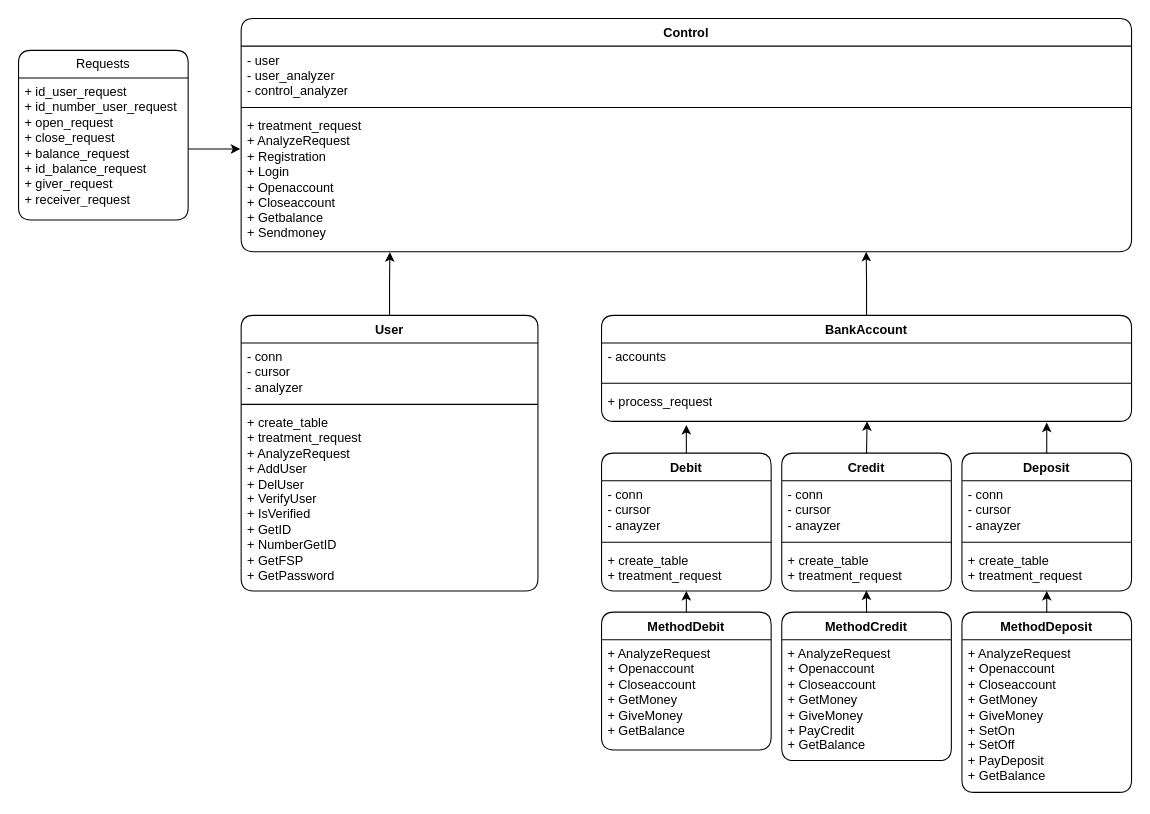
Quirence/QiwiBank keeps this draw.io diagram as UML.drawio. Above is the earlier version. Source tidied: cells renumbered, new cells numbered last; positions are measured from the earlier drawing's top-left corner, leaving out a move shared by most shapes. Both pictures are drawn from the tidied source at 106%, with x=0, y=0 at pixel (18, 18).
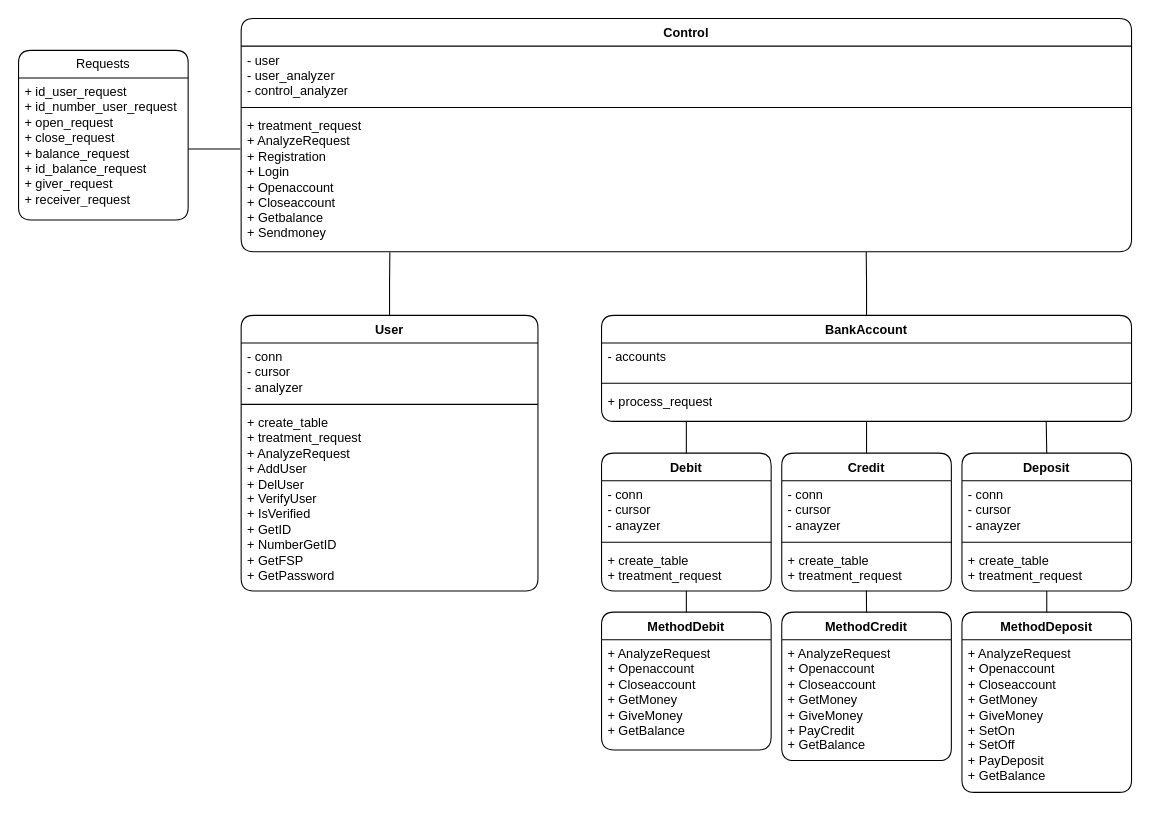
Above is the later version.

Commit message:
Векторы заменены на отрезки

Unchanged cells that the change refers to:
```xml
<mxCell id="5" value="&lt;div&gt;+ treatment_request&lt;br&gt;+ AnalyzeRequest&lt;br&gt;+ Registration&lt;/div&gt;&lt;div&gt;+ Login&lt;/div&gt;&lt;div&gt;+ Openaccount&lt;br&gt;+ Closeaccount&lt;/div&gt;&lt;div&gt;+ Getbalance&lt;/div&gt;&lt;div&gt;+ Sendmoney&lt;/div&gt;" style="text;strokeColor=none;fillColor=none;align=left;verticalAlign=top;spacingLeft=4;spacingRight=4;overflow=hidden;points=[[0,0.5],[1,0.5]];portConstraint=eastwest;whiteSpace=wrap;html=1;" parent="2" vertex="1">
  <mxGeometry y="88" width="840" height="132" as="geometry" />
</mxCell>
<mxCell id="6" value="User" style="swimlane;fontStyle=1;align=center;verticalAlign=top;horizontal=1;startSize=26;whiteSpace=wrap;html=1;rounded=1;" parent="1" vertex="1">
  <mxGeometry x="210" y="280" width="280" height="260" as="geometry" />
</mxCell>
<mxCell id="11" value="+ id_user_request&lt;div&gt;+ id_number_user_request&lt;/div&gt;&lt;div&gt;+ open_request&lt;/div&gt;&lt;div&gt;+ close_request&lt;br&gt;+ balance_request&lt;br&gt;+ id_balance_request&lt;/div&gt;&lt;div&gt;+ giver_request&lt;br&gt;+ receiver_request&lt;/div&gt;" style="text;strokeColor=none;fillColor=none;align=left;verticalAlign=top;spacingLeft=4;spacingRight=4;overflow=hidden;points=[[0,0.5],[1,0.5]];portConstraint=eastwest;whiteSpace=wrap;html=1;" parent="10" vertex="1">
  <mxGeometry y="26" width="160" height="134" as="geometry" />
</mxCell>
<mxCell id="12" value="BankAccount" style="swimlane;fontStyle=1;align=center;verticalAlign=top;horizontal=1;startSize=26;whiteSpace=wrap;html=1;rounded=1;" parent="1" vertex="1">
  <mxGeometry x="550" y="280" width="500" height="100" as="geometry" />
</mxCell>
<mxCell id="15" value="+ process_request" style="text;strokeColor=none;fillColor=none;align=left;verticalAlign=top;spacingLeft=4;spacingRight=4;overflow=hidden;points=[[0,0.5],[1,0.5]];portConstraint=eastwest;whiteSpace=wrap;html=1;" parent="12" vertex="1">
  <mxGeometry y="68" width="500" height="32" as="geometry" />
</mxCell>
<mxCell id="16" value="Debit" style="swimlane;fontStyle=1;align=center;verticalAlign=top;horizontal=1;startSize=26;whiteSpace=wrap;html=1;rounded=1;" parent="1" vertex="1">
  <mxGeometry x="550" y="410" width="160" height="130" as="geometry" />
</mxCell>
<mxCell id="20" value="Credit" style="swimlane;fontStyle=1;align=center;verticalAlign=top;horizontal=1;startSize=26;whiteSpace=wrap;html=1;rounded=1;" parent="1" vertex="1">
  <mxGeometry x="720" y="410" width="160" height="130" as="geometry" />
</mxCell>
<mxCell id="23" value="+ create_table&lt;div&gt;+ treatment_request&lt;/div&gt;" style="text;strokeColor=none;fillColor=none;align=left;verticalAlign=top;spacingLeft=4;spacingRight=4;overflow=hidden;points=[[0,0.5],[1,0.5]];portConstraint=eastwest;whiteSpace=wrap;html=1;" parent="20" vertex="1">
  <mxGeometry y="88" width="160" height="42" as="geometry" />
</mxCell>
<mxCell id="24" value="Deposit" style="swimlane;fontStyle=1;align=center;verticalAlign=top;horizontal=1;startSize=26;whiteSpace=wrap;html=1;rounded=1;" parent="1" vertex="1">
  <mxGeometry x="890" y="410" width="160" height="130" as="geometry" />
</mxCell>
<mxCell id="29" value="MethodDebit" style="swimlane;fontStyle=1;align=center;verticalAlign=top;horizontal=1;startSize=26;whiteSpace=wrap;html=1;rounded=1;" parent="1" vertex="1">
  <mxGeometry x="550" y="560" width="160" height="130" as="geometry" />
</mxCell>
<mxCell id="31" value="MethodCredit" style="swimlane;fontStyle=1;align=center;verticalAlign=top;horizontal=1;startSize=26;whiteSpace=wrap;html=1;rounded=1;" parent="1" vertex="1">
  <mxGeometry x="720" y="560" width="160" height="140" as="geometry" />
</mxCell>
<mxCell id="34" value="MethodDeposit" style="swimlane;fontStyle=1;align=center;verticalAlign=top;horizontal=1;startSize=26;whiteSpace=wrap;html=1;rounded=1;" parent="1" vertex="1">
  <mxGeometry x="890" y="560" width="160" height="170" as="geometry" />
</mxCell>
```

The edit, as a diff of the source:
```diff
@@
-    <mxCell id="28" style="edgeStyle=orthogonalEdgeStyle;rounded=0;jettySize=auto;html=1;exitX=0.5;exitY=0;exitDx=0;exitDy=0;entryX=0.5;entryY=1;entryDx=0;entryDy=0;" parent="1" edge="1" source="29" target="16">
+    <mxCell id="28" style="edgeStyle=orthogonalEdgeStyle;rounded=0;jettySize=auto;html=1;exitX=0.5;exitY=0;exitDx=0;exitDy=0;entryX=0.5;entryY=1;entryDx=0;entryDy=0;endArrow=none;endFill=0;" parent="1" edge="1" source="29" target="16">
       <mxGeometry relative="1" as="geometry" />
     </mxCell>
@@
-    <mxCell id="33" style="edgeStyle=orthogonalEdgeStyle;rounded=0;jettySize=auto;html=1;exitX=0.5;exitY=0;exitDx=0;exitDy=0;entryX=0.5;entryY=1;entryDx=0;entryDy=0;" parent="1" edge="1" source="34" target="24">
+    <mxCell id="33" style="edgeStyle=orthogonalEdgeStyle;rounded=0;jettySize=auto;html=1;exitX=0.5;exitY=0;exitDx=0;exitDy=0;entryX=0.5;entryY=1;entryDx=0;entryDy=0;endArrow=none;endFill=0;" parent="1" edge="1" source="34" target="24">
       <mxGeometry relative="1" as="geometry" />
     </mxCell>
@@
-    <mxCell id="36" style="edgeStyle=orthogonalEdgeStyle;rounded=0;jettySize=auto;html=1;exitX=0.5;exitY=0;exitDx=0;exitDy=0;entryX=0.499;entryY=0.99;entryDx=0;entryDy=0;entryPerimeter=0;" parent="1" edge="1" source="31" target="23">
+    <mxCell id="36" style="edgeStyle=orthogonalEdgeStyle;rounded=0;jettySize=auto;html=1;exitX=0.5;exitY=0;exitDx=0;exitDy=0;entryX=0.499;entryY=0.99;entryDx=0;entryDy=0;entryPerimeter=0;endArrow=none;endFill=0;" parent="1" edge="1" source="31" target="23">
       <mxGeometry relative="1" as="geometry" />
     </mxCell>
-    <mxCell id="37" style="edgeStyle=orthogonalEdgeStyle;rounded=0;jettySize=auto;html=1;exitX=0.5;exitY=0;exitDx=0;exitDy=0;entryX=0.501;entryY=0.998;entryDx=0;entryDy=0;entryPerimeter=0;" parent="1" edge="1" source="20" target="15">
-      <mxGeometry relative="1" as="geometry" />
-    </mxCell>
-    <mxCell id="38" style="edgeStyle=orthogonalEdgeStyle;rounded=0;jettySize=auto;html=1;exitX=0.5;exitY=0;exitDx=0;exitDy=0;entryX=0.84;entryY=1.037;entryDx=0;entryDy=0;entryPerimeter=0;" parent="1" edge="1" source="24" target="15">
-      <mxGeometry relative="1" as="geometry" />
-    </mxCell>
-    <mxCell id="39" style="edgeStyle=orthogonalEdgeStyle;rounded=0;jettySize=auto;html=1;exitX=0.5;exitY=0;exitDx=0;exitDy=0;entryX=0.16;entryY=1.108;entryDx=0;entryDy=0;entryPerimeter=0;" parent="1" edge="1" source="16" target="15">
-      <mxGeometry relative="1" as="geometry">
-        <Array as="points">
-          <mxPoint x="630" y="383" />
-          <mxPoint x="630" y="383" />
-        </Array>
-      </mxGeometry>
-    </mxCell>
-    <mxCell id="40" style="edgeStyle=orthogonalEdgeStyle;rounded=0;jettySize=auto;html=1;exitX=0.5;exitY=0;exitDx=0;exitDy=0;entryX=0.167;entryY=1.003;entryDx=0;entryDy=0;entryPerimeter=0;" parent="1" edge="1" source="6" target="5">
+    <mxCell id="40" style="edgeStyle=orthogonalEdgeStyle;rounded=0;jettySize=auto;html=1;exitX=0.5;exitY=0;exitDx=0;exitDy=0;entryX=0.167;entryY=1.003;entryDx=0;entryDy=0;entryPerimeter=0;endArrow=none;endFill=0;" parent="1" edge="1" source="6" target="5">
       <mxGeometry relative="1" as="geometry" />
     </mxCell>
-    <mxCell id="41" style="edgeStyle=orthogonalEdgeStyle;rounded=0;jettySize=auto;html=1;exitX=0.5;exitY=0;exitDx=0;exitDy=0;entryX=0.702;entryY=1.001;entryDx=0;entryDy=0;entryPerimeter=0;" parent="1" edge="1" source="12" target="5">
+    <mxCell id="41" style="edgeStyle=orthogonalEdgeStyle;rounded=0;jettySize=auto;html=1;exitX=0.5;exitY=0;exitDx=0;exitDy=0;entryX=0.702;entryY=1.001;entryDx=0;entryDy=0;entryPerimeter=0;endArrow=none;endFill=0;" parent="1" edge="1" source="12" target="5">
       <mxGeometry relative="1" as="geometry" />
     </mxCell>
-    <mxCell id="42" style="edgeStyle=orthogonalEdgeStyle;rounded=0;jettySize=auto;html=1;exitX=1;exitY=0.5;exitDx=0;exitDy=0;entryX=-0.001;entryY=0.266;entryDx=0;entryDy=0;entryPerimeter=0;" parent="1" edge="1" source="11" target="5">
+    <mxCell id="42" style="edgeStyle=orthogonalEdgeStyle;rounded=0;jettySize=auto;html=1;exitX=1;exitY=0.5;exitDx=0;exitDy=0;entryX=-0.001;entryY=0.266;entryDx=0;entryDy=0;entryPerimeter=0;endArrow=none;endFill=0;" parent="1" edge="1" source="11" target="5">
       <mxGeometry relative="1" as="geometry" />
     </mxCell>
+    <mxCell id="37" style="edgeStyle=orthogonalEdgeStyle;rounded=0;jettySize=auto;html=1;exitX=0.5;exitY=0;exitDx=0;exitDy=0;entryX=0.5;entryY=1;entryDx=0;entryDy=0;entryPerimeter=0;endArrow=none;endFill=0;" parent="1" edge="1" source="20" target="15">
+      <mxGeometry relative="1" as="geometry" />
+    </mxCell>
+    <mxCell id="39" style="edgeStyle=orthogonalEdgeStyle;rounded=0;jettySize=auto;html=1;exitX=0.5;exitY=0;exitDx=0;exitDy=0;entryX=0.16;entryY=1;entryDx=0;entryDy=0;entryPerimeter=0;endArrow=none;endFill=0;" parent="1" edge="1" source="16" target="15">
+      <mxGeometry relative="1" as="geometry" />
+    </mxCell>
+    <mxCell id="38" style="edgeStyle=orthogonalEdgeStyle;rounded=0;jettySize=auto;html=1;exitX=0.5;exitY=0;exitDx=0;exitDy=0;entryX=0.839;entryY=0.999;entryDx=0;entryDy=0;entryPerimeter=0;endArrow=none;endFill=0;" parent="1" edge="1" source="24" target="15">
+      <mxGeometry relative="1" as="geometry" />
+    </mxCell>
```
